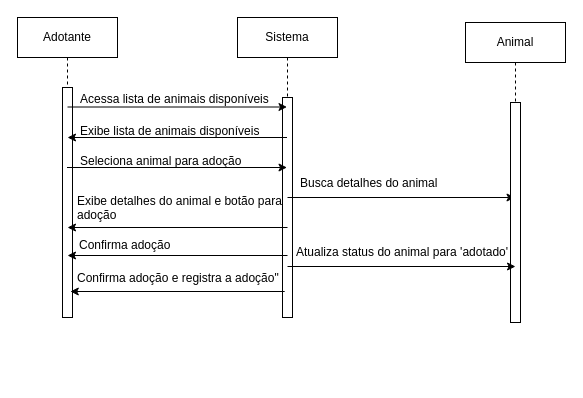
Above: Diagrama de Sequência(RF006).drawio in JoaoGans/DRAW.tcc (draw.io), before the change. Source tidied: cells renumbered, new cells numbered last; positions are measured from the earlier drawing's top-left corner, leaving out a move shared by most shapes. Both pictures are drawn from the tidied source at 100%, with x=0, y=0 at pixel (17, 17).
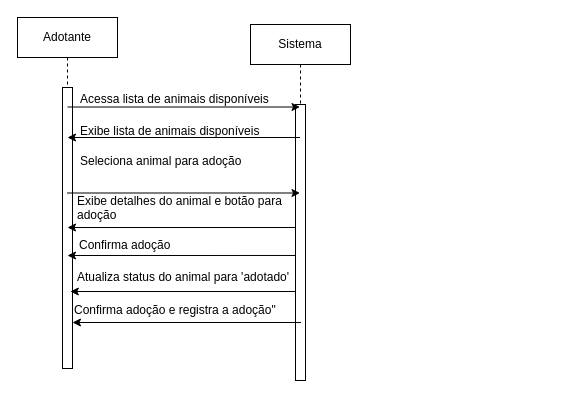
After the change.

Change to the diagram source:
```diff
@@
     <mxCell id="2" value="Adotante" style="shape=umlLifeline;perimeter=lifelinePerimeter;whiteSpace=wrap;html=1;outlineConnect=0;portConstraint=eastwest;newEdgeStyle={&quot;edgeStyle&quot;:&quot;elbowEdgeStyle&quot;,&quot;elbow&quot;:&quot;vertical&quot;,&quot;curved&quot;:0,&quot;rounded&quot;:0};" parent="1" vertex="1">
-      <mxGeometry width="100" height="300" as="geometry" />
+      <mxGeometry width="100" height="351" as="geometry" />
     </mxCell>
     <mxCell id="3" style="html=1;perimeter=orthogonalPerimeter;targetShapes=umlLifeline;newEdgeStyle={&quot;edgeStyle&quot;:&quot;elbowEdgeStyle&quot;,&quot;elbow&quot;:&quot;vertical&quot;,&quot;curved&quot;:0,&quot;rounded&quot;:0};" parent="2" vertex="1">
-      <mxGeometry x="45" y="70" width="10" height="230" as="geometry" />
+      <mxGeometry x="45" y="70" width="10" height="281" as="geometry" />
     </mxCell>
     <mxCell id="4" value="Sistema" style="shape=umlLifeline;perimeter=lifelinePerimeter;whiteSpace=wrap;html=1;outlineConnect=0;portConstraint=eastwest;newEdgeStyle={&quot;edgeStyle&quot;:&quot;elbowEdgeStyle&quot;,&quot;elbow&quot;:&quot;vertical&quot;,&quot;curved&quot;:0,&quot;rounded&quot;:0};" parent="1" vertex="1">
-      <mxGeometry x="220" width="100" height="300" as="geometry" />
+      <mxGeometry x="233" y="7" width="100" height="356" as="geometry" />
     </mxCell>
     <mxCell id="5" style="html=1;points=[];perimeter=orthogonalPerimeter;outlineConnect=0;targetShapes=umlLifeline;portConstraint=eastwest;newEdgeStyle={&quot;edgeStyle&quot;:&quot;elbowEdgeStyle&quot;,&quot;elbow&quot;:&quot;vertical&quot;,&quot;curved&quot;:0,&quot;rounded&quot;:0};" parent="4" vertex="1">
-      <mxGeometry x="45" y="80" width="10" height="220" as="geometry" />
+      <mxGeometry x="45" y="80" width="10" height="276" as="geometry" />
     </mxCell>
@@
-    <mxCell id="12" style="endArrow=classic;html=1;rounded=0;" parent="1" edge="1" target="16">
-      <mxGeometry relative="1" as="geometry">
-        <mxPoint x="270" y="180" as="sourcePoint" />
-      </mxGeometry>
-    </mxCell>
-    <mxCell id="13" style="endArrow=classic;html=1;rounded=0;" parent="1" edge="1">
+    <mxCell id="13" style="endArrow=classic;html=1;rounded=0;" parent="1" edge="1" source="5">
       <mxGeometry relative="1" as="geometry">
-        <mxPoint x="270" y="210" as="sourcePoint" />
         <mxPoint x="50" y="210" as="targetPoint" />
       </mxGeometry>
     </mxCell>
     <mxCell id="14" value="Exibe detalhes do animal e botão para adoção" style="text;whiteSpace=wrap;html=1;" parent="1" vertex="1">
-      <mxGeometry x="58" y="170" width="212" height="40" as="geometry" />
+      <mxGeometry x="58" y="170" width="212" height="28" as="geometry" />
     </mxCell>
@@
-    <mxCell id="16" value="Animal" style="shape=umlLifeline;perimeter=lifelinePerimeter;whiteSpace=wrap;html=1;outlineConnect=0;portConstraint=eastwest;newEdgeStyle={&quot;edgeStyle&quot;:&quot;elbowEdgeStyle&quot;,&quot;elbow&quot;:&quot;vertical&quot;,&quot;curved&quot;:0,&quot;rounded&quot;:0};" parent="1" vertex="1">
-      <mxGeometry x="448" y="5" width="100" height="300" as="geometry" />
-    </mxCell>
-    <mxCell id="17" style="html=1;perimeter=orthogonalPerimeter;targetShapes=umlLifeline;newEdgeStyle={&quot;edgeStyle&quot;:&quot;elbowEdgeStyle&quot;,&quot;elbow&quot;:&quot;vertical&quot;,&quot;curved&quot;:0,&quot;rounded&quot;:0};" parent="16" vertex="1">
-      <mxGeometry x="45" y="80" width="10" height="220" as="geometry" />
-    </mxCell>
-    <mxCell id="18" value="Busca detalhes do animal" style="text;whiteSpace=wrap;" parent="1" vertex="1">
-      <mxGeometry x="281" y="152" width="165" height="36" as="geometry" />
-    </mxCell>
-    <mxCell id="19" style="endArrow=classic;html=1;rounded=0;" parent="1" edge="1">
+    <mxCell id="19" style="endArrow=classic;html=1;rounded=0;exitX=0;exitY=0.547;exitDx=0;exitDy=0;exitPerimeter=0;" parent="1" edge="1" source="5">
       <mxGeometry relative="1" as="geometry">
-        <mxPoint x="270" y="238" as="sourcePoint" />
         <mxPoint x="50" y="238" as="targetPoint" />
       </mxGeometry>
     </mxCell>
     <mxCell id="20" value="Atualiza status do animal para 'adotado'" style="text;whiteSpace=wrap;" parent="1" vertex="1">
-      <mxGeometry x="277" y="221" width="240" height="36" as="geometry" />
+      <mxGeometry x="58" y="246" width="240" height="36" as="geometry" />
     </mxCell>
-    <mxCell id="21" style="endArrow=classic;html=1;rounded=0;" parent="1" edge="1">
-      <mxGeometry relative="1" as="geometry">
-        <mxPoint x="270" y="249" as="sourcePoint" />
-        <mxPoint x="498" y="249" as="targetPoint" />
-      </mxGeometry>
-    </mxCell>
     <mxCell id="22" value="Confirma adoção e registra a adoção&quot;" style="text;whiteSpace=wrap;" parent="1" vertex="1">
-      <mxGeometry x="58" y="247" width="230" height="36" as="geometry" />
+      <mxGeometry x="55" y="279" width="230" height="36" as="geometry" />
     </mxCell>
-    <mxCell id="23" style="endArrow=classic;html=1;rounded=0;" parent="1" edge="1">
+    <mxCell id="23" style="endArrow=classic;html=1;rounded=0;" parent="1" edge="1" source="5">
       <mxGeometry relative="1" as="geometry">
-        <mxPoint x="267.2" y="274" as="sourcePoint" />
         <mxPoint x="52.8" y="274" as="targetPoint" />
       </mxGeometry>
     </mxCell>
+    <mxCell id="24" style="endArrow=classic;html=1;rounded=0;" parent="1" edge="1">
+      <mxGeometry relative="1" as="geometry">
+        <mxPoint x="283.5" y="305" as="sourcePoint" />
+        <mxPoint x="55" y="305" as="targetPoint" />
+      </mxGeometry>
+    </mxCell>
```
